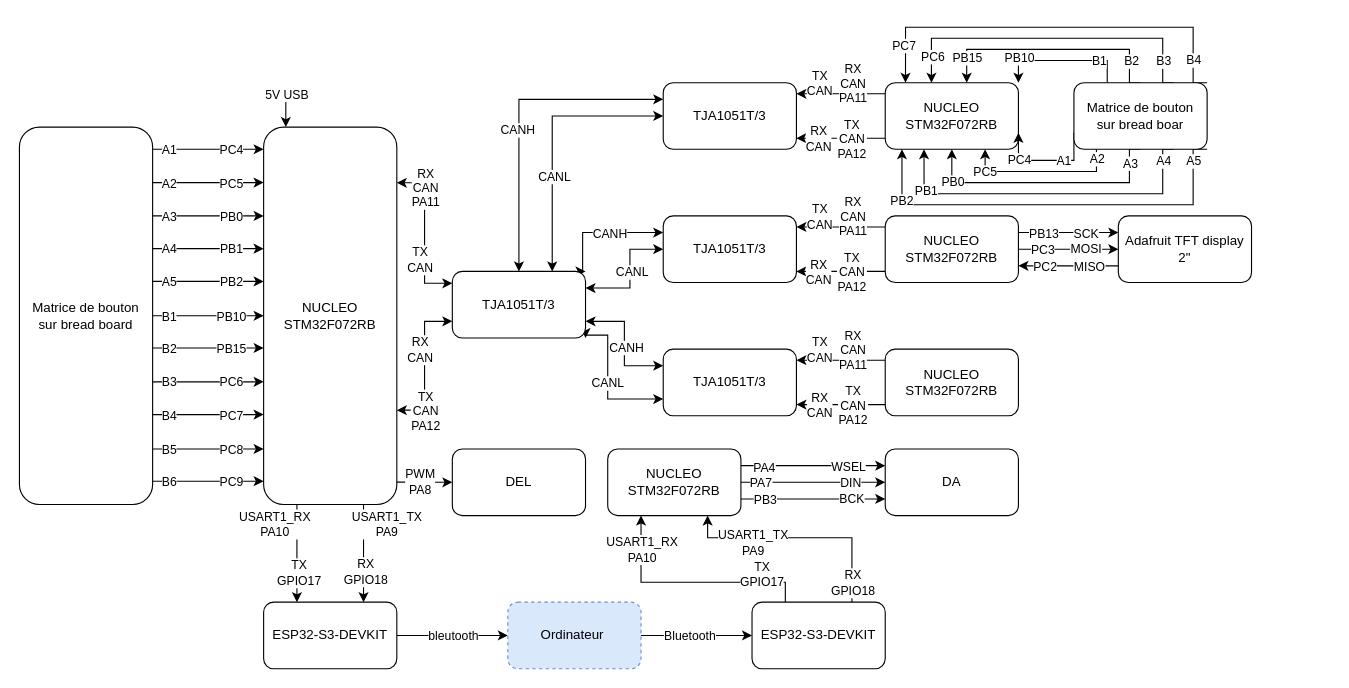
Above: Diagramme sans nom.drawio in McJorts/Devoir (draw.io), before the change. Source tidied: cells renumbered, new cells numbered last; positions are measured from the earlier drawing's top-left corner, leaving out a move shared by most shapes. Both pictures are drawn from the tidied source at 111%, with x=0, y=0 at pixel (19, 27).
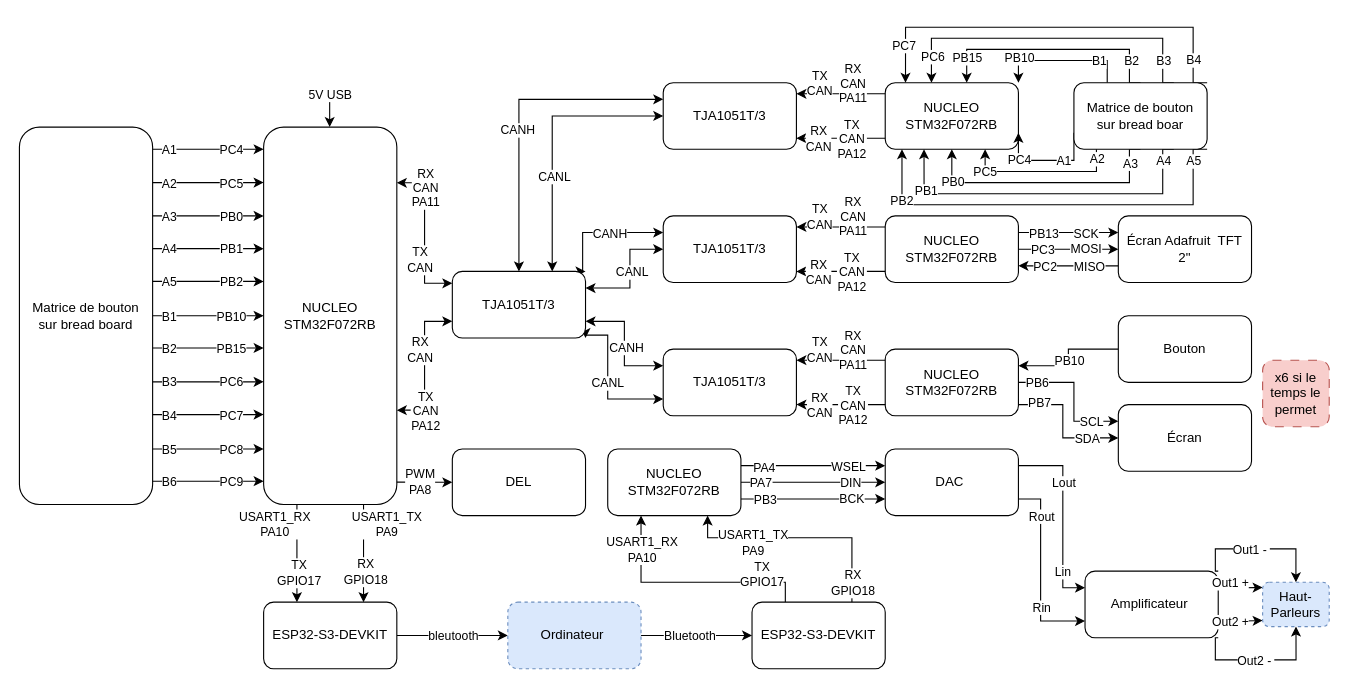
After the change.

Unchanged cells that the change refers to:
```xml
<mxCell id="54" value="&lt;div&gt;NUCLEO&lt;/div&gt;&lt;div&gt;STM32F072RB&lt;/div&gt;" style="rounded=1;whiteSpace=wrap;html=1;roundedPerimeter=1;" parent="1" vertex="1">
  <mxGeometry x="780" y="290" width="120" height="60" as="geometry" />
</mxCell>
```

Change to the diagram source:
```diff
@@
     <mxCell id="16" style="endArrow=classic;html=1;rounded=0;entryX=0.5;entryY=0;entryDx=0;entryDy=0;" parent="1" edge="1">
       <mxGeometry relative="1" as="geometry">
-        <mxPoint x="240" y="60" as="sourcePoint" />
-        <mxPoint x="240" y="90" as="targetPoint" />
+        <mxPoint x="279.5" y="60" as="sourcePoint" />
+        <mxPoint x="279.5" y="90" as="targetPoint" />
       </mxGeometry>
     </mxCell>
@@
+    <mxCell id="153" style="edgeStyle=orthogonalEdgeStyle;rounded=0;jettySize=auto;html=1;exitX=1;exitY=0.75;exitDx=0;exitDy=0;" parent="1" edge="1" source="54" target="178">
+      <mxGeometry x="0.01" relative="1" as="geometry">
+        <Array as="points">
+          <mxPoint x="900" y="340" />
+          <mxPoint x="940" y="340" />
+          <mxPoint x="940" y="370" />
+        </Array>
+      </mxGeometry>
+    </mxCell>
+    <mxCell id="154" value="PB7" style="edgeLabel;html=1;align=center;verticalAlign=middle;" parent="153" vertex="1">
+      <mxGeometry x="-0.64" y="2" relative="1" as="geometry" />
+    </mxCell>
+    <mxCell id="155" value="SDA" style="edgeLabel;html=1;align=center;verticalAlign=middle;" parent="153" vertex="1">
+      <mxGeometry x="0.53" y="1" relative="1" as="geometry">
+        <mxPoint y="1" as="offset" />
+      </mxGeometry>
+    </mxCell>
+    <mxCell id="156" style="edgeStyle=orthogonalEdgeStyle;rounded=0;jettySize=auto;html=1;exitX=1;exitY=0.5;exitDx=0;exitDy=0;entryX=0;entryY=0.25;entryDx=0;entryDy=0;" parent="1" edge="1" source="54" target="178">
+      <mxGeometry relative="1" as="geometry">
+        <Array as="points">
+          <mxPoint x="950" y="320" />
+          <mxPoint x="950" y="355" />
+        </Array>
+      </mxGeometry>
+    </mxCell>
+    <mxCell id="157" value="PB6" style="edgeLabel;html=1;align=center;verticalAlign=middle;" parent="156" vertex="1">
+      <mxGeometry x="-0.74" relative="1" as="geometry" />
+    </mxCell>
+    <mxCell id="158" value="SCL" style="edgeLabel;html=1;align=center;verticalAlign=middle;" parent="156" vertex="1">
+      <mxGeometry x="0.6" relative="1" as="geometry" />
+    </mxCell>
+    <mxCell id="159" style="edgeStyle=orthogonalEdgeStyle;rounded=0;jettySize=auto;html=1;exitX=1;exitY=0.25;exitDx=0;exitDy=0;entryX=0;entryY=0.5;entryDx=0;entryDy=0;startArrow=classic;startFill=1;endArrow=none;endFill=0;" parent="1" edge="1" source="54" target="177">
+      <mxGeometry relative="1" as="geometry" />
+    </mxCell>
+    <mxCell id="160" value="PB10" style="edgeLabel;html=1;align=center;verticalAlign=middle;" parent="159" vertex="1">
+      <mxGeometry x="0.56" y="-2" relative="1" as="geometry">
+        <mxPoint x="-22" y="8" as="offset" />
+      </mxGeometry>
+    </mxCell>
@@
+    <mxCell id="161" style="edgeStyle=orthogonalEdgeStyle;rounded=0;jettySize=auto;html=1;exitX=1;exitY=0.25;exitDx=0;exitDy=0;entryX=0;entryY=0.25;entryDx=0;entryDy=0;" parent="1" edge="1" source="151" target="169">
+      <mxGeometry relative="1" as="geometry">
+        <Array as="points">
+          <mxPoint x="940" y="395" />
+          <mxPoint x="940" y="505" />
+        </Array>
+      </mxGeometry>
+    </mxCell>
+    <mxCell id="162" value="Lout" style="edgeLabel;html=1;align=center;verticalAlign=middle;" parent="161" vertex="1">
+      <mxGeometry x="-0.16" relative="1" as="geometry">
+        <mxPoint y="-16" as="offset" />
+      </mxGeometry>
+    </mxCell>
+    <mxCell id="163" value="Lin" style="edgeLabel;html=1;align=center;verticalAlign=middle;" parent="161" vertex="1">
+      <mxGeometry x="0.59" y="-1" relative="1" as="geometry" />
+    </mxCell>
+    <mxCell id="164" style="edgeStyle=orthogonalEdgeStyle;rounded=0;jettySize=auto;html=1;exitX=1;exitY=0.75;exitDx=0;exitDy=0;entryX=0;entryY=0.75;entryDx=0;entryDy=0;" parent="1" edge="1" source="151" target="169">
+      <mxGeometry relative="1" as="geometry">
+        <Array as="points">
+          <mxPoint x="920" y="425" />
+          <mxPoint x="920" y="535" />
+        </Array>
+      </mxGeometry>
+    </mxCell>
+    <mxCell id="165" value="Rout" style="edgeLabel;html=1;align=center;verticalAlign=middle;" parent="164" vertex="1">
+      <mxGeometry x="-0.06" relative="1" as="geometry">
+        <mxPoint y="-45" as="offset" />
+      </mxGeometry>
+    </mxCell>
+    <mxCell id="166" value="Rin" style="edgeLabel;html=1;align=center;verticalAlign=middle;" parent="164" vertex="1">
+      <mxGeometry x="0.38" relative="1" as="geometry" />
+    </mxCell>
-    <mxCell id="151" value="DA" style="rounded=1;whiteSpace=wrap;html=1;roundedPerimeter=1;" parent="1" vertex="1">
+    <mxCell id="151" value="DAC&amp;nbsp;" style="rounded=1;whiteSpace=wrap;html=1;roundedPerimeter=1;" parent="1" vertex="1">
       <mxGeometry x="780" y="380" width="120" height="60" as="geometry" />
     </mxCell>
-    <mxCell id="152" value="Adafruit TFT display 2&quot;" style="rounded=1;whiteSpace=wrap;html=1;roundedPerimeter=1;" parent="1" vertex="1">
+    <mxCell id="152" value="&lt;div&gt;Écran Adafruit&amp;nbsp; TFT&lt;/div&gt;&lt;div&gt;2&quot;&lt;/div&gt;" style="rounded=1;whiteSpace=wrap;html=1;roundedPerimeter=1;" parent="1" vertex="1">
       <mxGeometry x="990" y="170" width="120" height="60" as="geometry" />
     </mxCell>
+    <mxCell id="167" style="edgeStyle=orthogonalEdgeStyle;rounded=0;jettySize=auto;html=1;exitX=1;exitY=0;exitDx=0;exitDy=0;entryX=0.5;entryY=0;entryDx=0;entryDy=0;" parent="1" edge="1" source="169" target="176">
+      <mxGeometry x="-0.12" relative="1" as="geometry">
+        <Array as="points">
+          <mxPoint x="1077.4" y="470" />
+          <mxPoint x="1150" y="470" />
+        </Array>
+      </mxGeometry>
+    </mxCell>
+    <mxCell id="168" value="Out1 -&amp;nbsp;" style="edgeLabel;html=1;align=center;verticalAlign=middle;" parent="167" vertex="1">
+      <mxGeometry x="-0.2" relative="1" as="geometry">
+        <mxPoint x="5" as="offset" />
+      </mxGeometry>
+    </mxCell>
+    <mxCell id="169" value="Amplificateur&amp;nbsp;" style="rounded=1;whiteSpace=wrap;html=1;roundedPerimeter=1;" parent="1" vertex="1">
+      <mxGeometry x="960" y="490" width="120" height="60" as="geometry" />
+    </mxCell>
+    <mxCell id="170" style="edgeStyle=orthogonalEdgeStyle;rounded=0;jettySize=auto;html=1;exitX=1;exitY=0.25;exitDx=0;exitDy=0;entryX=0;entryY=0.122;entryDx=0;entryDy=0;" parent="1" edge="1" source="169" target="176">
+      <mxGeometry relative="1" as="geometry" />
+    </mxCell>
+    <mxCell id="171" value="Out1 +" style="edgeLabel;html=1;align=center;verticalAlign=middle;" parent="170" vertex="1">
+      <mxGeometry x="-0.17" relative="1" as="geometry">
+        <mxPoint x="-7" y="-5" as="offset" />
+      </mxGeometry>
+    </mxCell>
+    <mxCell id="172" style="edgeStyle=orthogonalEdgeStyle;rounded=0;jettySize=auto;html=1;exitX=1;exitY=0.75;exitDx=0;exitDy=0;entryX=0.024;entryY=0.847;entryDx=0;entryDy=0;" parent="1" edge="1" source="169" target="176">
+      <mxGeometry relative="1" as="geometry" />
+    </mxCell>
+    <mxCell id="173" value="Out2 +" style="edgeLabel;html=1;align=center;verticalAlign=middle;" parent="172" vertex="1">
+      <mxGeometry x="-0.1" relative="1" as="geometry">
+        <mxPoint x="-8" as="offset" />
+      </mxGeometry>
+    </mxCell>
+    <mxCell id="174" style="edgeStyle=orthogonalEdgeStyle;rounded=0;jettySize=auto;html=1;exitX=1;exitY=1;exitDx=0;exitDy=0;entryX=0.501;entryY=1.024;entryDx=0;entryDy=0;" parent="1" edge="1" source="169" target="176">
+      <mxGeometry x="0.01" relative="1" as="geometry">
+        <Array as="points">
+          <mxPoint x="1077.4" y="570" />
+          <mxPoint x="1150.1" y="570" />
+        </Array>
+      </mxGeometry>
+    </mxCell>
+    <mxCell id="175" value="Out2 -&amp;nbsp;" style="edgeLabel;html=1;align=center;verticalAlign=middle;" parent="174" vertex="1">
+      <mxGeometry x="-0.06" relative="1" as="geometry" />
+    </mxCell>
+    <mxCell id="176" value="&lt;div&gt;Haut-&lt;/div&gt;&lt;div&gt;Parleurs&lt;/div&gt;" style="rounded=1;whiteSpace=wrap;html=1;roundedPerimeter=1;fillColor=#dae8fc;strokeColor=#6c8ebf;dashed=1;" parent="1" vertex="1">
+      <mxGeometry x="1120" y="500" width="60" height="40" as="geometry" />
+    </mxCell>
+    <mxCell id="177" value="Bouton" style="rounded=1;whiteSpace=wrap;html=1;roundedPerimeter=1;" parent="1" vertex="1">
+      <mxGeometry x="990" y="260" width="120" height="60" as="geometry" />
+    </mxCell>
+    <mxCell id="178" value="Écran" style="rounded=1;whiteSpace=wrap;html=1;roundedPerimeter=1;" parent="1" vertex="1">
+      <mxGeometry x="990" y="340" width="120" height="60" as="geometry" />
+    </mxCell>
+    <mxCell id="179" value="x6 si le temps le permet" style="rounded=1;whiteSpace=wrap;html=1;roundedPerimeter=1;fillColor=#f8cecc;strokeColor=#b85450;dashed=1;dashPattern=8 8;" parent="1" vertex="1">
+      <mxGeometry x="1120" y="300" width="60" height="60" as="geometry" />
+    </mxCell>
```
